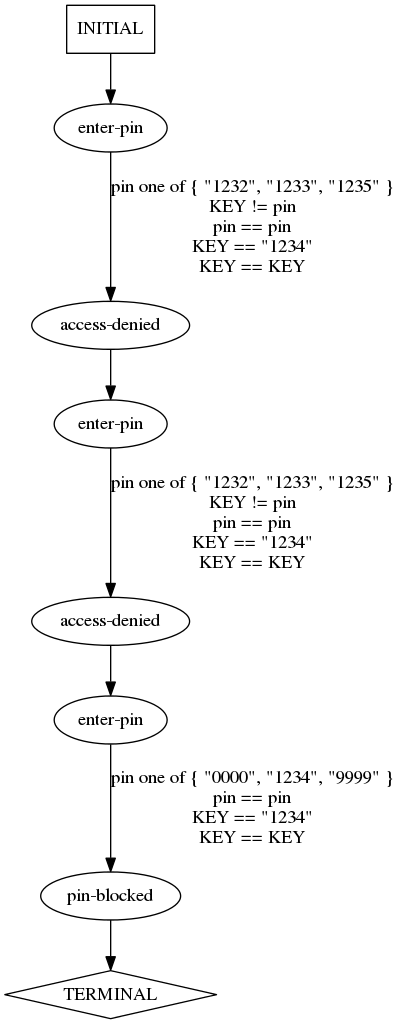
The Graphviz diagram traces/abstract/verify-pin/predicted-paths/verify-pin-test10.dot.png in ModelInference/synoptic, before a commit. Its source is kept beside it as traces/abstract/verify-pin/predicted-paths/verify-pin-test10.dot.
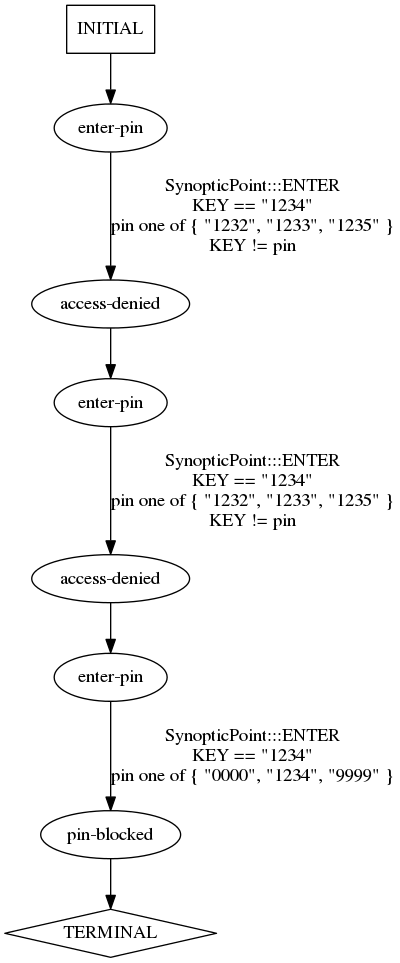
The same diagram one commit later.

Change to the diagram source:
```diff
@@ -9,9 +9,9 @@
   7 [label="INITIAL",shape=box];
 0->3 [label="",];
 1->4 [label="",];
-2->0 [label="pin one of { \"1232\", \"1233\", \"1235\" }\nKEY != pin\npin == pin\nKEY == \"1234\"\nKEY == KEY",];
-3->1 [label="pin one of { \"1232\", \"1233\", \"1235\" }\nKEY != pin\npin == pin\nKEY == \"1234\"\nKEY == KEY",];
-4->5 [label="pin one of { \"0000\", \"1234\", \"9999\" }\npin == pin\nKEY == \"1234\"\nKEY == KEY",];
+2->0 [label="SynopticPoint:::ENTER\nKEY == \"1234\"\npin one of { \"1232\", \"1233\", \"1235\" }\nKEY != pin\n",];
+3->1 [label="SynopticPoint:::ENTER\nKEY == \"1234\"\npin one of { \"1232\", \"1233\", \"1235\" }\nKEY != pin\n",];
+4->5 [label="SynopticPoint:::ENTER\nKEY == \"1234\"\npin one of { \"0000\", \"1234\", \"9999\" }\n",];
 5->6 [label="",];
 7->2 [label="",];
 } // digraph {
```
